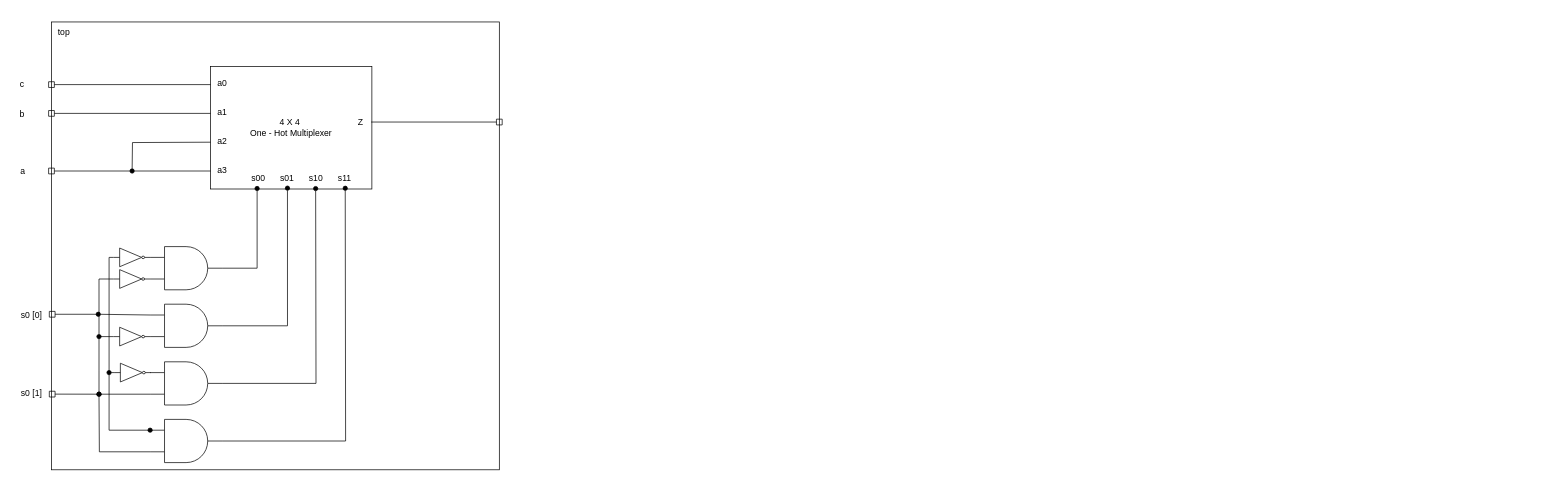
This is fig 10.10.drawio from T-Maharshi-Sanand-Yadav/draw.io, a draw.io file, before an edit. Source tidied: cells renumbered, new cells numbered last; positions are measured from the earlier drawing's top-left corner, leaving out a move shared by most shapes. Both pictures are drawn from the tidied source at 72%, with x=0, y=0 at pixel (12, 22).
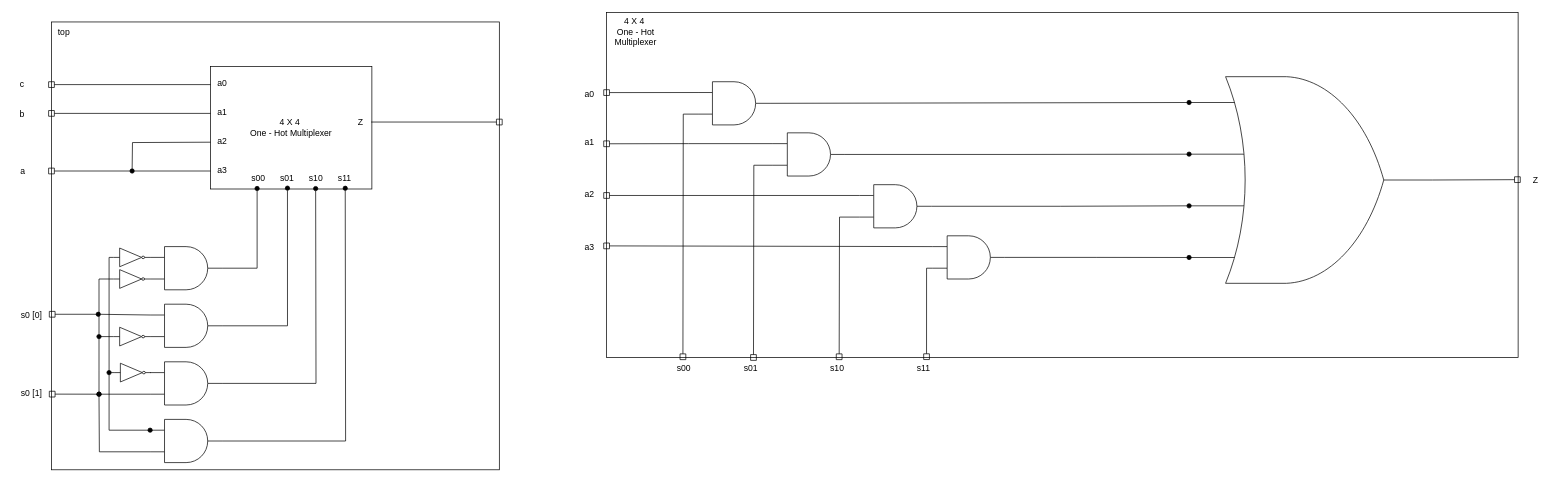
The same page after the edit.

What changed in the source:
```diff
@@
+    <mxCell id="44" style="rounded=0;whiteSpace=wrap;html=1;" parent="1" vertex="1">
+      <mxGeometry x="825" y="-13" width="1266" height="479" as="geometry" />
+    </mxCell>
@@
+    <mxCell id="45" style="rounded=0;jettySize=auto;html=1;exitX=0;exitY=0.25;exitDx=0;exitDy=0;exitPerimeter=0;endArrow=box;endFill=0;" parent="1" edge="1" source="47">
+      <mxGeometry relative="1" as="geometry">
+        <mxPoint x="821" y="98.1" as="targetPoint" />
+      </mxGeometry>
+    </mxCell>
+    <mxCell id="46" style="edgeStyle=orthogonalEdgeStyle;rounded=0;jettySize=auto;html=1;exitX=0;exitY=0.75;exitDx=0;exitDy=0;exitPerimeter=0;endArrow=box;endFill=0;" parent="1" edge="1" source="47">
+      <mxGeometry relative="1" as="geometry">
+        <mxPoint x="931" y="469" as="targetPoint" />
+      </mxGeometry>
+    </mxCell>
+    <mxCell id="47" style="verticalLabelPosition=bottom;shadow=0;dashed=0;align=center;html=1;verticalAlign=top;shape=mxgraph.electrical.logic_gates.logic_gate;operation=and;" parent="1" vertex="1">
+      <mxGeometry x="952" y="83" width="100" height="60" as="geometry" />
+    </mxCell>
+    <mxCell id="48" style="edgeStyle=orthogonalEdgeStyle;rounded=0;jettySize=auto;html=1;exitX=0;exitY=0.25;exitDx=0;exitDy=0;exitPerimeter=0;endArrow=box;endFill=0;" parent="1" edge="1" source="50">
+      <mxGeometry relative="1" as="geometry">
+        <mxPoint x="821" y="169.2" as="targetPoint" />
+      </mxGeometry>
+    </mxCell>
+    <mxCell id="49" style="edgeStyle=orthogonalEdgeStyle;rounded=0;jettySize=auto;html=1;exitX=0;exitY=0.75;exitDx=0;exitDy=0;exitPerimeter=0;endArrow=box;endFill=0;" parent="1" edge="1" source="50">
+      <mxGeometry relative="1" as="geometry">
+        <mxPoint x="1029" y="470" as="targetPoint" />
+      </mxGeometry>
+    </mxCell>
+    <mxCell id="50" style="verticalLabelPosition=bottom;shadow=0;dashed=0;align=center;html=1;verticalAlign=top;shape=mxgraph.electrical.logic_gates.logic_gate;operation=and;" parent="1" vertex="1">
+      <mxGeometry x="1056" y="154" width="100" height="60" as="geometry" />
+    </mxCell>
+    <mxCell id="51" style="rounded=0;jettySize=auto;html=1;exitX=0;exitY=0.25;exitDx=0;exitDy=0;exitPerimeter=0;endArrow=box;endFill=0;" parent="1" edge="1" source="53">
+      <mxGeometry relative="1" as="geometry">
+        <mxPoint x="821" y="241" as="targetPoint" />
+      </mxGeometry>
+    </mxCell>
+    <mxCell id="52" style="edgeStyle=orthogonalEdgeStyle;rounded=0;jettySize=auto;html=1;exitX=0;exitY=0.75;exitDx=0;exitDy=0;exitPerimeter=0;endArrow=box;endFill=0;" parent="1" edge="1" source="53">
+      <mxGeometry relative="1" as="geometry">
+        <mxPoint x="1148" y="469" as="targetPoint" />
+      </mxGeometry>
+    </mxCell>
+    <mxCell id="53" style="verticalLabelPosition=bottom;shadow=0;dashed=0;align=center;html=1;verticalAlign=top;shape=mxgraph.electrical.logic_gates.logic_gate;operation=and;" parent="1" vertex="1">
+      <mxGeometry x="1176" y="226" width="100" height="60" as="geometry" />
+    </mxCell>
+    <mxCell id="54" style="rounded=0;orthogonalLoop=1;jettySize=auto;html=1;exitX=0;exitY=0.25;exitDx=0;exitDy=0;exitPerimeter=0;endArrow=box;endFill=0;" parent="1" edge="1">
+      <mxGeometry relative="1" as="geometry">
+        <mxPoint x="1278" y="312" as="sourcePoint" />
+        <mxPoint x="821" y="311" as="targetPoint" />
+      </mxGeometry>
+    </mxCell>
+    <mxCell id="55" style="edgeStyle=orthogonalEdgeStyle;rounded=0;jettySize=auto;html=1;exitX=0;exitY=0.75;exitDx=0;exitDy=0;exitPerimeter=0;endArrow=box;endFill=0;entryX=0.351;entryY=1.006;entryDx=0;entryDy=0;entryPerimeter=0;" parent="1" edge="1" source="56" target="44">
+      <mxGeometry relative="1" as="geometry">
+        <Array as="points">
+          <mxPoint x="1269" y="342" />
+        </Array>
+      </mxGeometry>
+    </mxCell>
+    <mxCell id="56" style="verticalLabelPosition=bottom;shadow=0;dashed=0;align=center;html=1;verticalAlign=top;shape=mxgraph.electrical.logic_gates.logic_gate;operation=and;" parent="1" vertex="1">
+      <mxGeometry x="1278" y="297" width="100" height="60" as="geometry" />
+    </mxCell>
+    <mxCell id="57" style="edgeStyle=orthogonalEdgeStyle;rounded=0;jettySize=auto;html=1;exitX=1;exitY=0.5;exitDx=0;exitDy=0;exitPerimeter=0;endArrow=box;endFill=0;" parent="1" edge="1" source="58">
+      <mxGeometry relative="1" as="geometry">
+        <mxPoint x="2094" y="219" as="targetPoint" />
+      </mxGeometry>
+    </mxCell>
+    <mxCell id="58" style="verticalLabelPosition=bottom;shadow=0;dashed=0;align=center;html=1;verticalAlign=top;shape=mxgraph.electrical.logic_gates.logic_gate;operation=or;numInputs=4;" parent="1" vertex="1">
+      <mxGeometry x="1634" y="76" width="338" height="287" as="geometry" />
+    </mxCell>
+    <mxCell id="59" style="edgeStyle=orthogonalEdgeStyle;rounded=0;jettySize=auto;html=1;exitX=1;exitY=0.5;exitDx=0;exitDy=0;exitPerimeter=0;entryX=0;entryY=0.875;entryDx=0;entryDy=0;entryPerimeter=0;endArrow=oval;endFill=1;" parent="1" edge="1" source="56" target="58">
+      <mxGeometry relative="1" as="geometry" />
+    </mxCell>
+    <mxCell id="60" style="edgeStyle=orthogonalEdgeStyle;rounded=0;jettySize=auto;html=1;exitX=1;exitY=0.5;exitDx=0;exitDy=0;exitPerimeter=0;entryX=0;entryY=0.625;entryDx=0;entryDy=0;entryPerimeter=0;endArrow=oval;endFill=1;" parent="1" edge="1" source="53" target="58">
+      <mxGeometry relative="1" as="geometry" />
+    </mxCell>
+    <mxCell id="61" style="edgeStyle=orthogonalEdgeStyle;rounded=0;jettySize=auto;html=1;exitX=1;exitY=0.5;exitDx=0;exitDy=0;exitPerimeter=0;entryX=0;entryY=0.375;entryDx=0;entryDy=0;entryPerimeter=0;endArrow=oval;endFill=1;" parent="1" edge="1" source="50" target="58">
+      <mxGeometry relative="1" as="geometry" />
+    </mxCell>
+    <mxCell id="62" style="rounded=0;jettySize=auto;html=1;exitX=1;exitY=0.5;exitDx=0;exitDy=0;exitPerimeter=0;entryX=0;entryY=0.125;entryDx=0;entryDy=0;entryPerimeter=0;endArrow=oval;endFill=1;" parent="1" edge="1" source="47" target="58">
+      <mxGeometry relative="1" as="geometry" />
+    </mxCell>
+    <mxCell id="63" value="s00" style="text;html=1;align=center;verticalAlign=middle;strokeColor=none;fillColor=none;" parent="1" vertex="1">
+      <mxGeometry x="912" y="466" width="40" height="30" as="geometry" />
+    </mxCell>
+    <mxCell id="64" value="s01" style="text;html=1;align=center;verticalAlign=middle;strokeColor=none;fillColor=none;" parent="1" vertex="1">
+      <mxGeometry x="1005" y="466" width="40" height="30" as="geometry" />
+    </mxCell>
+    <mxCell id="65" value="s10" style="text;html=1;align=center;verticalAlign=middle;strokeColor=none;fillColor=none;" parent="1" vertex="1">
+      <mxGeometry x="1125" y="466" width="40" height="30" as="geometry" />
+    </mxCell>
+    <mxCell id="66" value="s11" style="text;html=1;align=center;verticalAlign=middle;strokeColor=none;fillColor=none;" parent="1" vertex="1">
+      <mxGeometry x="1245" y="466" width="40" height="30" as="geometry" />
+    </mxCell>
+    <mxCell id="67" value="a0" style="text;html=1;align=center;verticalAlign=middle;strokeColor=none;fillColor=none;" parent="1" vertex="1">
+      <mxGeometry x="785" y="87" width="32" height="27" as="geometry" />
+    </mxCell>
+    <mxCell id="68" value="a1" style="text;html=1;align=center;verticalAlign=middle;strokeColor=none;fillColor=none;" parent="1" vertex="1">
+      <mxGeometry x="785" y="154" width="32" height="27" as="geometry" />
+    </mxCell>
+    <mxCell id="69" value="a2" style="text;html=1;align=center;verticalAlign=middle;strokeColor=none;fillColor=none;" parent="1" vertex="1">
+      <mxGeometry x="785" y="226" width="32" height="27" as="geometry" />
+    </mxCell>
+    <mxCell id="70" value="a3" style="text;html=1;align=center;verticalAlign=middle;strokeColor=none;fillColor=none;" parent="1" vertex="1">
+      <mxGeometry x="785" y="299" width="32" height="27" as="geometry" />
+    </mxCell>
+    <mxCell id="71" value="Z" style="text;html=1;align=center;verticalAlign=middle;strokeColor=none;fillColor=none;" parent="1" vertex="1">
+      <mxGeometry x="2100" y="204.5" width="30" height="30" as="geometry" />
+    </mxCell>
+    <mxCell id="72" value="&lt;span style=&quot;text-wrap-mode: wrap;&quot;&gt;4 X 4&amp;nbsp;&lt;/span&gt;&lt;div style=&quot;text-wrap-mode: wrap;&quot;&gt;One - Hot Multiplexer&lt;/div&gt;" style="text;html=1;align=center;verticalAlign=middle;strokeColor=none;fillColor=none;" parent="1" vertex="1">
+      <mxGeometry x="795" y="-6.5" width="140" height="40" as="geometry" />
+    </mxCell>
```
